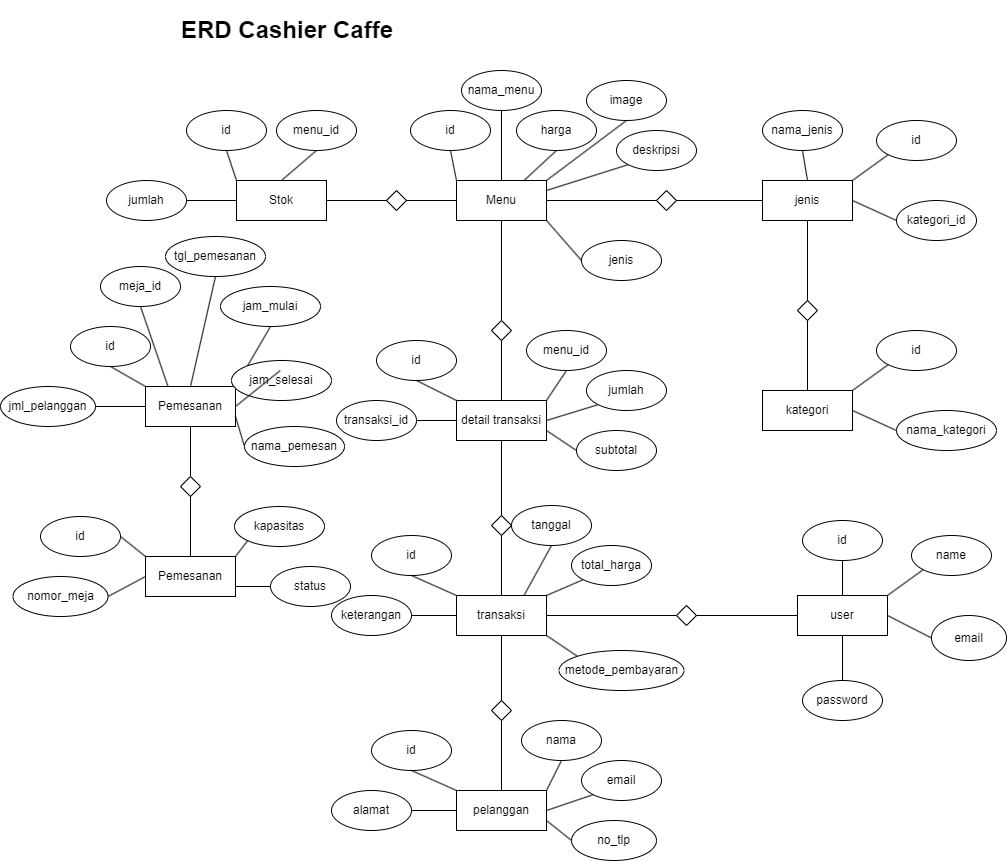
Above: erd.drawio.png in annrdhjn/drawio (draw.io), before the change. Source tidied: cells renumbered, new cells last; positions are measured from the earlier drawing's top-left corner, leaving out a move shared by most shapes.
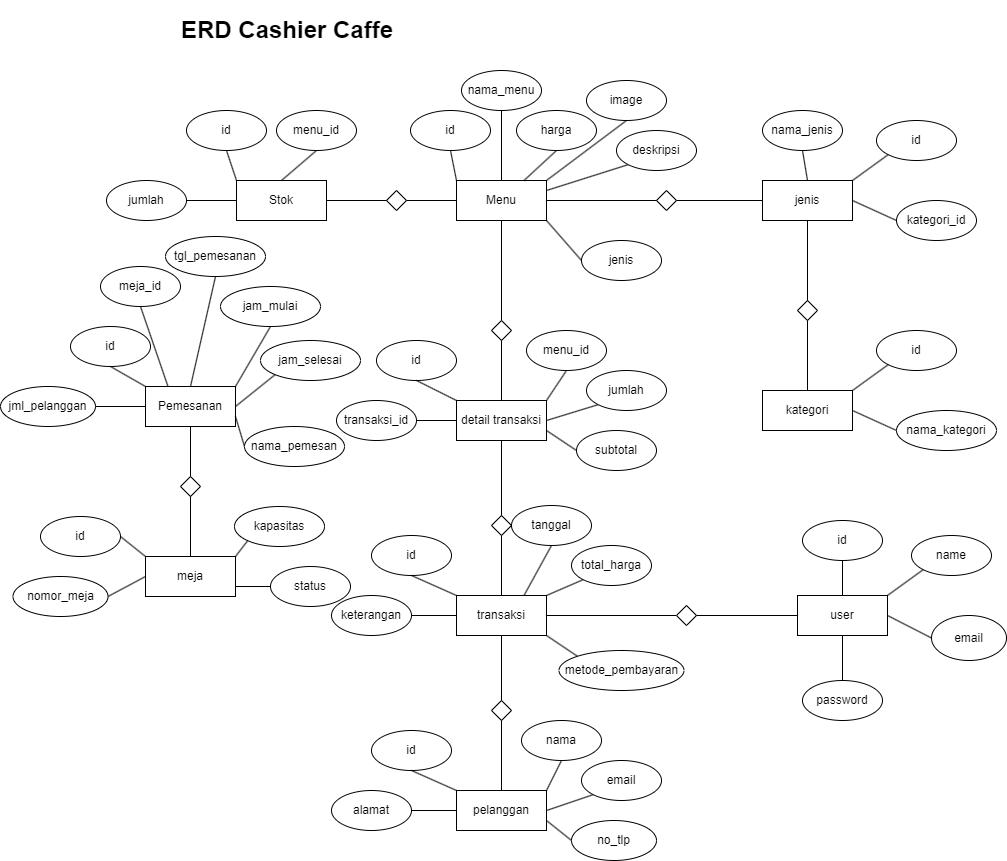
The same diagram one commit later.

Diff of the diagram source:
```diff
@@ -162,12 +162,10 @@
       <mxGeometry relative="1" as="geometry" />
     </mxCell>
     <mxCell id="55" value="jam_selesai" style="ellipse;whiteSpace=wrap;html=1;" parent="1" vertex="1">
-      <mxGeometry x="231" y="350" width="100" height="40" as="geometry" />
+      <mxGeometry x="260" y="330" width="100" height="40" as="geometry" />
     </mxCell>
-    <mxCell id="56" style="endArrow=none;html=1;rounded=0;entryX=1;entryY=0.5;entryDx=0;entryDy=0;exitX=0;exitY=1;exitDx=0;exitDy=0;" parent="1" edge="1" target="44">
-      <mxGeometry relative="1" as="geometry">
-        <mxPoint x="279.6" y="360.1" as="sourcePoint" />
-      </mxGeometry>
+    <mxCell id="56" style="endArrow=none;html=1;rounded=0;entryX=1;entryY=0.5;entryDx=0;entryDy=0;exitX=0;exitY=1;exitDx=0;exitDy=0;" parent="1" edge="1" source="55" target="44">
+      <mxGeometry relative="1" as="geometry" />
     </mxCell>
     <mxCell id="57" style="endArrow=none;html=1;rounded=0;entryX=1;entryY=0.75;entryDx=0;entryDy=0;exitX=0;exitY=0.5;exitDx=0;exitDy=0;" parent="1" edge="1" source="58" target="44">
       <mxGeometry relative="1" as="geometry" />
@@ -181,7 +179,7 @@
     <mxCell id="60" style="rhombus;" parent="1" vertex="1">
       <mxGeometry x="180" y="466" width="20" height="20" as="geometry" />
     </mxCell>
-    <mxCell id="61" value="Pemesanan" style="html=1;whiteSpace=wrap;" parent="1" vertex="1">
+    <mxCell id="61" value="meja" style="html=1;whiteSpace=wrap;" parent="1" vertex="1">
       <mxGeometry x="145" y="546" width="90" height="40" as="geometry" />
     </mxCell>
     <mxCell id="62" value="id" style="ellipse;whiteSpace=wrap;html=1;" parent="1" vertex="1">
```
